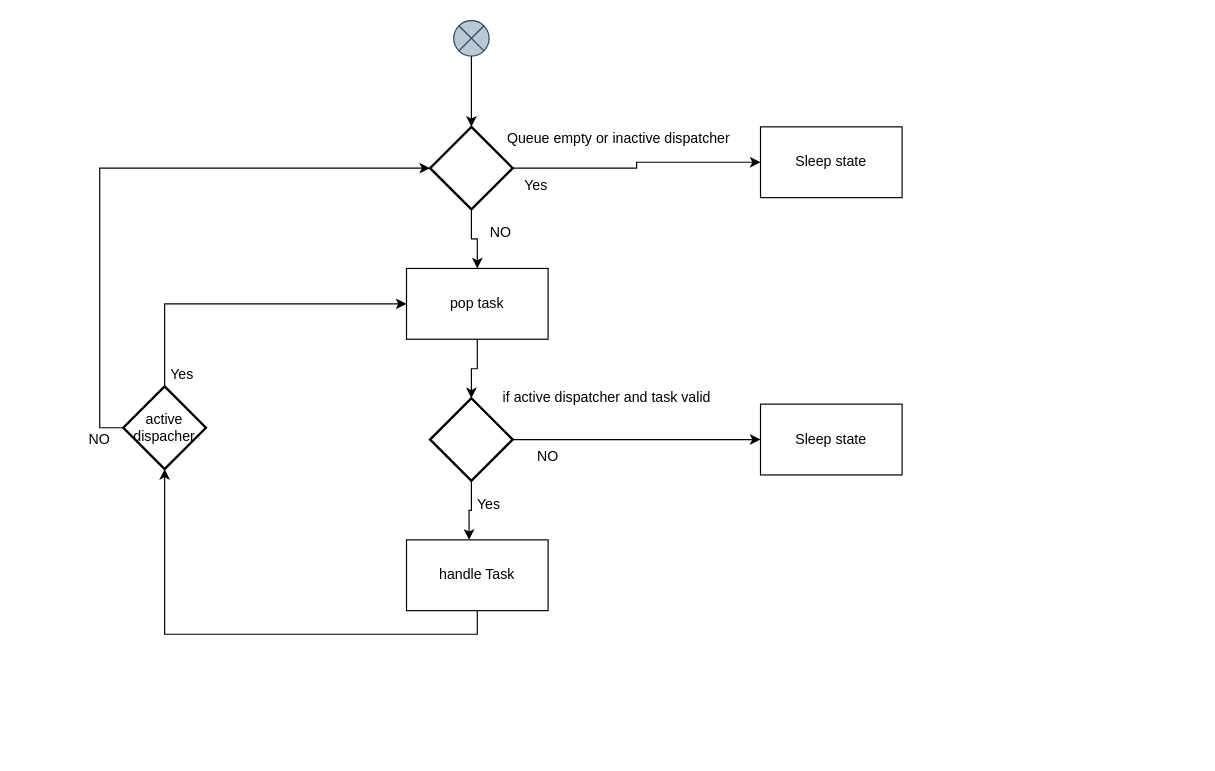
Before: page "dl_main_worker" (5 of 9) of doc/SA cert/Design/performance.drawio in taikt/codefun, a draw.io diagram. Source tidied: cells renumbered, new cells numbered last; positions are measured from the earlier drawing's top-left corner, leaving out a move shared by most shapes. Both pictures are drawn from the tidied source at 118%, with x=0, y=0 at pixel (76, 20).
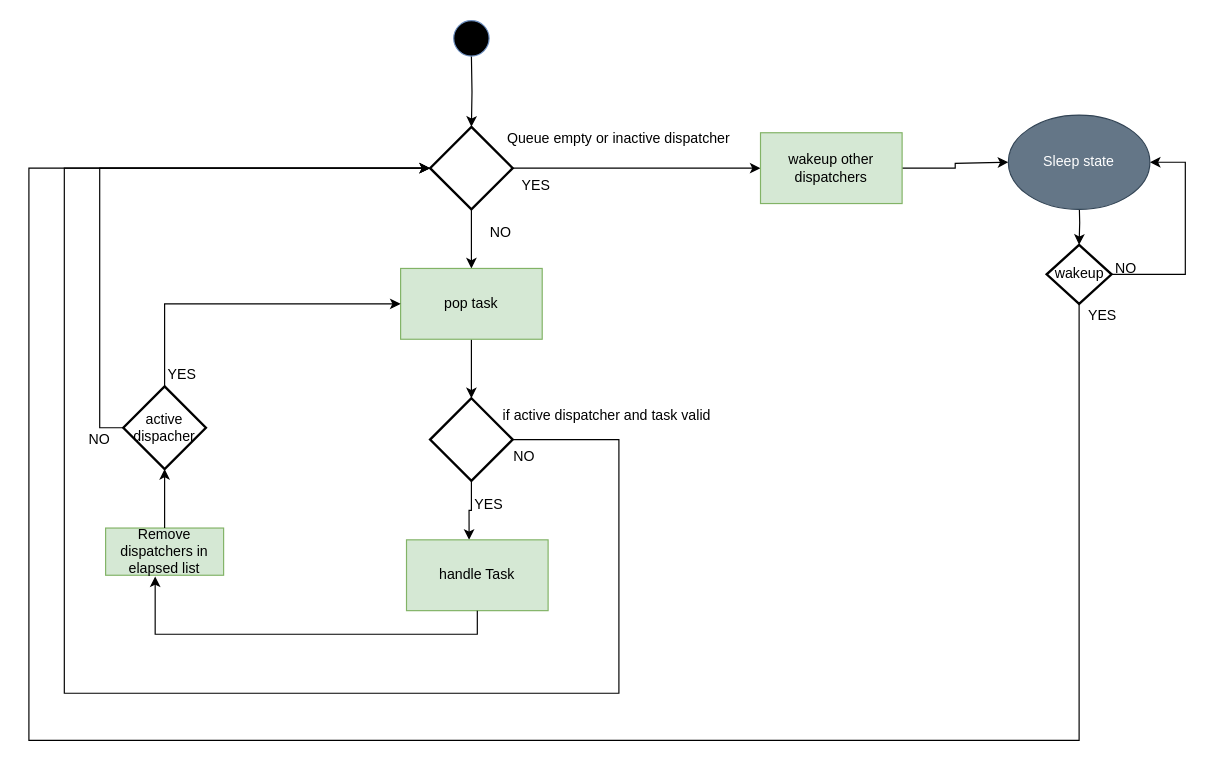
The same diagram, later.

Unchanged cells that the change refers to:
```xml
<mxCell id="4" style="strokeWidth=2;html=1;shape=mxgraph.flowchart.decision;whiteSpace=wrap;fillColor=none;gradientColor=#ffffff;" parent="1" vertex="1">
  <mxGeometry x="300" y="90" width="70" height="70" as="geometry" />
</mxCell>
<mxCell id="15" style="strokeWidth=2;html=1;shape=mxgraph.flowchart.decision;whiteSpace=wrap;fillColor=none;gradientColor=#ffffff;" parent="1" vertex="1">
  <mxGeometry x="300" y="320" width="70" height="70" as="geometry" />
</mxCell>
<mxCell id="22" value="active dispacher" style="strokeWidth=2;html=1;shape=mxgraph.flowchart.decision;whiteSpace=wrap;fillColor=none;gradientColor=#ffffff;" parent="1" vertex="1">
  <mxGeometry x="40" y="310" width="70" height="70" as="geometry" />
</mxCell>
```

What changed in the source:
```diff
@@
+    <mxCell id="3" style="edgeStyle=orthogonalEdgeStyle;rounded=0;jettySize=auto;html=1;exitX=0.5;exitY=1;exitDx=0;exitDy=0;exitPerimeter=0;entryX=0.5;entryY=0;entryDx=0;entryDy=0;" parent="1" edge="1" source="4" target="11">
+      <mxGeometry relative="1" as="geometry" />
+    </mxCell>
@@
-    <mxCell id="3" style="edgeStyle=orthogonalEdgeStyle;rounded=0;jettySize=auto;html=1;exitX=0.5;exitY=1;exitDx=0;exitDy=0;exitPerimeter=0;entryX=0.5;entryY=0;entryDx=0;entryDy=0;" parent="1" edge="1" source="4" target="11">
-      <mxGeometry relative="1" as="geometry" />
-    </mxCell>
@@
+    <mxCell id="27" style="edgeStyle=orthogonalEdgeStyle;rounded=0;jettySize=auto;html=1;exitX=1;exitY=0.5;exitDx=0;exitDy=0;entryX=0;entryY=0.5;entryDx=0;entryDy=0;" parent="1" edge="1" source="6">
+      <mxGeometry relative="1" as="geometry">
+        <mxPoint x="790" y="120" as="targetPoint" />
+        <Array as="points">
+          <mxPoint x="745" y="125" />
+          <mxPoint x="745" y="121" />
+        </Array>
+      </mxGeometry>
+    </mxCell>
-    <mxCell id="6" value="Sleep state" style="rounded=0;whiteSpace=wrap;html=1;" parent="1" vertex="1">
-      <mxGeometry x="580" y="90" width="120" height="60" as="geometry" />
+    <mxCell id="6" value="wakeup other dispatchers" style="rounded=0;whiteSpace=wrap;html=1;fillColor=#d5e8d4;strokeColor=#82b366;" parent="1" vertex="1">
+      <mxGeometry x="580" y="95" width="120" height="60" as="geometry" />
     </mxCell>
-    <mxCell id="7" value="Yes" style="text;html=1;strokeColor=none;fillColor=none;align=center;verticalAlign=middle;whiteSpace=wrap;rounded=0;" parent="1" vertex="1">
+    <mxCell id="7" value="YES" style="text;html=1;strokeColor=none;fillColor=none;align=center;verticalAlign=middle;whiteSpace=wrap;rounded=0;" parent="1" vertex="1">
       <mxGeometry x="370" y="130" width="40" height="20" as="geometry" />
     </mxCell>
-    <mxCell id="8" style="edgeStyle=orthogonalEdgeStyle;rounded=0;jettySize=auto;html=1;exitX=0.5;exitY=1;exitDx=0;exitDy=0;entryX=0.5;entryY=0;entryDx=0;entryDy=0;entryPerimeter=0;" parent="1" edge="1" source="9" target="4">
-      <mxGeometry relative="1" as="geometry" />
+    <mxCell id="8" style="edgeStyle=orthogonalEdgeStyle;rounded=0;jettySize=auto;html=1;exitX=0.5;exitY=1;exitDx=0;exitDy=0;entryX=0.5;entryY=0;entryDx=0;entryDy=0;entryPerimeter=0;" parent="1" edge="1" target="4">
+      <mxGeometry relative="1" as="geometry">
+        <mxPoint x="335" y="30" as="sourcePoint" />
+      </mxGeometry>
     </mxCell>
-    <mxCell id="9" style="shape=sumEllipse;perimeter=ellipsePerimeter;whiteSpace=wrap;html=1;backgroundOutline=1;fillColor=#bac8d3;strokeColor=#23445d;" parent="1" vertex="1">
-      <mxGeometry x="320" width="30" height="30" as="geometry" />
-    </mxCell>
@@
-    <mxCell id="11" value="pop task" style="rounded=0;whiteSpace=wrap;html=1;" parent="1" vertex="1">
-      <mxGeometry x="280" y="210" width="120" height="60" as="geometry" />
+    <mxCell id="11" value="pop task" style="rounded=0;whiteSpace=wrap;html=1;fillColor=#d5e8d4;strokeColor=#82b366;" parent="1" vertex="1">
+      <mxGeometry x="275" y="210" width="120" height="60" as="geometry" />
     </mxCell>
@@
-    <mxCell id="14" style="edgeStyle=orthogonalEdgeStyle;rounded=0;jettySize=auto;html=1;exitX=1;exitY=0.5;exitDx=0;exitDy=0;exitPerimeter=0;entryX=0;entryY=0.5;entryDx=0;entryDy=0;" parent="1" edge="1" source="15" target="24">
-      <mxGeometry relative="1" as="geometry" />
+    <mxCell id="14" style="edgeStyle=orthogonalEdgeStyle;rounded=0;jettySize=auto;html=1;exitX=1;exitY=0.5;exitDx=0;exitDy=0;exitPerimeter=0;entryX=0;entryY=0.5;entryDx=0;entryDy=0;entryPerimeter=0;" parent="1" edge="1" source="15" target="4">
+      <mxGeometry relative="1" as="geometry">
+        <Array as="points">
+          <mxPoint x="460" y="355" />
+          <mxPoint x="460" y="570" />
+          <mxPoint x="-10" y="570" />
+          <mxPoint x="-10" y="125" />
+        </Array>
+      </mxGeometry>
     </mxCell>
@@
     <mxCell id="16" value="if active dispatcher and task valid" style="text;html=1;strokeColor=none;fillColor=none;align=center;verticalAlign=middle;whiteSpace=wrap;rounded=0;" parent="1" vertex="1">
-      <mxGeometry x="340" y="310" width="220" height="20" as="geometry" />
+      <mxGeometry x="340" y="325" width="220" height="20" as="geometry" />
     </mxCell>
-    <mxCell id="17" style="edgeStyle=orthogonalEdgeStyle;rounded=0;jettySize=auto;html=1;exitX=0.5;exitY=1;exitDx=0;exitDy=0;" parent="1" edge="1" source="18" target="22">
-      <mxGeometry relative="1" as="geometry" />
-    </mxCell>
-    <mxCell id="18" value="handle Task" style="rounded=0;whiteSpace=wrap;html=1;" parent="1" vertex="1">
+    <mxCell id="18" value="handle Task" style="rounded=0;whiteSpace=wrap;html=1;fillColor=#d5e8d4;strokeColor=#82b366;" parent="1" vertex="1">
       <mxGeometry x="280" y="440" width="120" height="60" as="geometry" />
     </mxCell>
-    <mxCell id="19" value="Yes" style="text;html=1;strokeColor=none;fillColor=none;align=center;verticalAlign=middle;whiteSpace=wrap;rounded=0;" parent="1" vertex="1">
+    <mxCell id="19" value="YES" style="text;html=1;strokeColor=none;fillColor=none;align=center;verticalAlign=middle;whiteSpace=wrap;rounded=0;" parent="1" vertex="1">
       <mxGeometry x="330" y="400" width="40" height="20" as="geometry" />
     </mxCell>
@@
-    <mxCell id="23" value="Yes" style="text;html=1;strokeColor=none;fillColor=none;align=center;verticalAlign=middle;whiteSpace=wrap;rounded=0;" parent="1" vertex="1">
+    <mxCell id="23" value="YES" style="text;html=1;strokeColor=none;fillColor=none;align=center;verticalAlign=middle;whiteSpace=wrap;rounded=0;" parent="1" vertex="1">
       <mxGeometry x="70" y="290" width="40" height="20" as="geometry" />
     </mxCell>
-    <mxCell id="24" value="Sleep state" style="rounded=0;whiteSpace=wrap;html=1;" parent="1" vertex="1">
-      <mxGeometry x="580" y="325" width="120" height="60" as="geometry" />
-    </mxCell>
     <mxCell id="25" value="NO" style="text;html=1;strokeColor=none;fillColor=none;align=center;verticalAlign=middle;whiteSpace=wrap;rounded=0;" parent="1" vertex="1">
-      <mxGeometry x="380" y="360" width="40" height="20" as="geometry" />
+      <mxGeometry x="360" y="360" width="40" height="20" as="geometry" />
     </mxCell>
@@
+    <mxCell id="28" style="edgeStyle=orthogonalEdgeStyle;rounded=0;jettySize=auto;html=1;exitX=1;exitY=0.5;exitDx=0;exitDy=0;exitPerimeter=0;entryX=1;entryY=0.5;entryDx=0;entryDy=0;" parent="1" edge="1" source="29">
+      <mxGeometry relative="1" as="geometry">
+        <mxPoint x="910" y="120" as="targetPoint" />
+        <Array as="points">
+          <mxPoint x="940" y="215" />
+          <mxPoint x="940" y="120" />
+        </Array>
+      </mxGeometry>
+    </mxCell>
+    <mxCell id="29" value="wakeup" style="strokeWidth=2;html=1;shape=mxgraph.flowchart.decision;whiteSpace=wrap;fillColor=none;gradientColor=#ffffff;" parent="1" vertex="1">
+      <mxGeometry x="822.5" y="190" width="55" height="50" as="geometry" />
+    </mxCell>
+    <mxCell id="30" style="edgeStyle=orthogonalEdgeStyle;rounded=0;jettySize=auto;html=1;exitX=0.5;exitY=1;exitDx=0;exitDy=0;entryX=0.5;entryY=0;entryDx=0;entryDy=0;entryPerimeter=0;" parent="1" edge="1" target="29">
+      <mxGeometry relative="1" as="geometry">
+        <mxPoint x="850" y="150" as="sourcePoint" />
+      </mxGeometry>
+    </mxCell>
+    <mxCell id="31" style="edgeStyle=orthogonalEdgeStyle;rounded=0;jettySize=auto;html=1;exitX=0.5;exitY=1;exitDx=0;exitDy=0;exitPerimeter=0;entryX=0;entryY=0.5;entryDx=0;entryDy=0;entryPerimeter=0;" parent="1" edge="1" source="29" target="4">
+      <mxGeometry relative="1" as="geometry">
+        <Array as="points">
+          <mxPoint x="850" y="610" />
+          <mxPoint x="-40" y="610" />
+          <mxPoint x="-40" y="125" />
+        </Array>
+      </mxGeometry>
+    </mxCell>
+    <mxCell id="32" value="YES" style="text;html=1;strokeColor=none;fillColor=none;align=center;verticalAlign=middle;whiteSpace=wrap;rounded=0;" parent="1" vertex="1">
+      <mxGeometry x="850" y="240" width="40" height="20" as="geometry" />
+    </mxCell>
+    <mxCell id="33" value="NO" style="text;html=1;strokeColor=none;fillColor=none;align=center;verticalAlign=middle;whiteSpace=wrap;rounded=0;" parent="1" vertex="1">
+      <mxGeometry x="870" y="200" width="40" height="20" as="geometry" />
+    </mxCell>
+    <mxCell id="34" value="Remove dispatchers in elapsed list" style="rounded=0;whiteSpace=wrap;html=1;fillColor=#d5e8d4;strokeColor=#82b366;" parent="1" vertex="1">
+      <mxGeometry x="25" y="430" width="100" height="40" as="geometry" />
+    </mxCell>
+    <mxCell id="35" style="edgeStyle=orthogonalEdgeStyle;rounded=0;jettySize=auto;html=1;exitX=0.5;exitY=1;exitDx=0;exitDy=0;entryX=0.42;entryY=1.025;entryDx=0;entryDy=0;entryPerimeter=0;" parent="1" edge="1" source="18" target="34">
+      <mxGeometry relative="1" as="geometry" />
+    </mxCell>
+    <mxCell id="36" style="edgeStyle=orthogonalEdgeStyle;rounded=0;jettySize=auto;html=1;exitX=0.5;exitY=0;exitDx=0;exitDy=0;entryX=0.5;entryY=1;entryDx=0;entryDy=0;entryPerimeter=0;" parent="1" edge="1" source="34" target="22">
+      <mxGeometry relative="1" as="geometry" />
+    </mxCell>
+    <mxCell id="24" value="Sleep state" style="ellipse;whiteSpace=wrap;html=1;fillColor=#647687;fontColor=#ffffff;strokeColor=#314354;" parent="1" vertex="1">
+      <mxGeometry x="790" y="80" width="120" height="80" as="geometry" />
+    </mxCell>
+    <mxCell id="37" style="ellipse;whiteSpace=wrap;html=1;fillColor=#000000;strokeColor=#6c8ebf;" parent="1" vertex="1">
+      <mxGeometry x="320" width="30" height="30" as="geometry" />
+    </mxCell>
```
